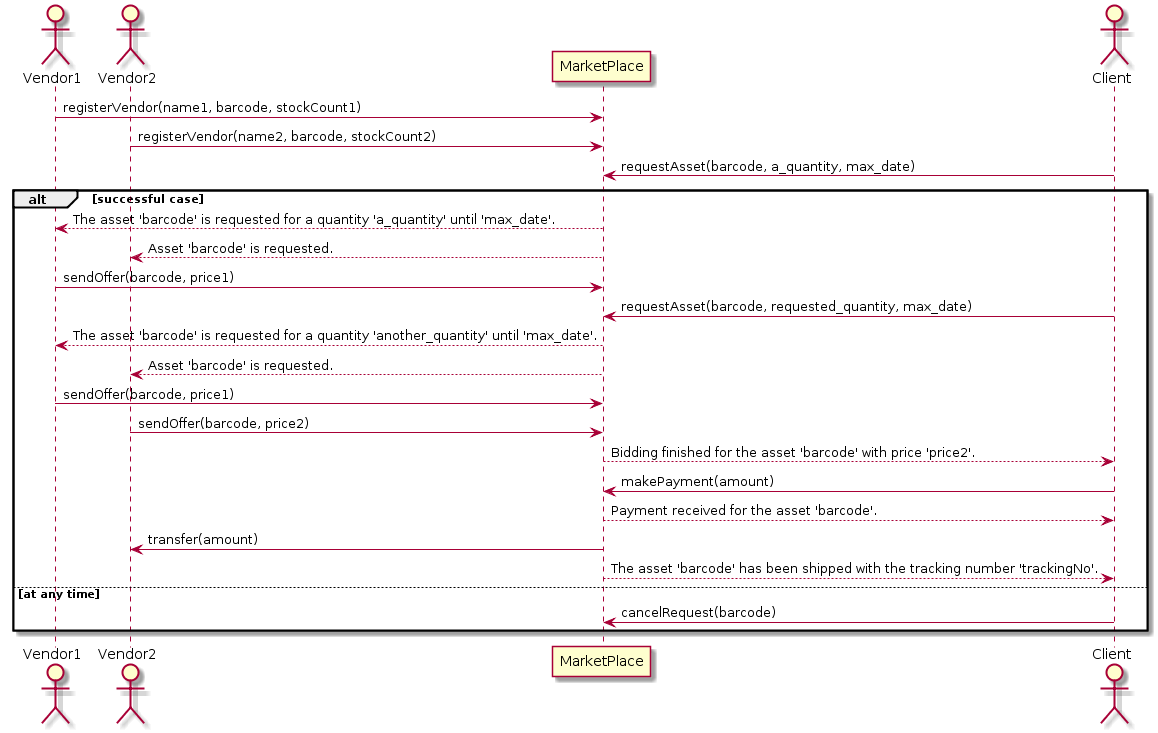
The PlantUML diagram ethereum/local-private-network/contracts/MarketPlace-v01/sequence_diagram.png in ogurcan/blockchain, before a commit. Source of this version:
```plantuml
@startuml
actor Vendor1
actor Vendor2
participant MarketPlace
actor Client

Vendor1->MarketPlace : registerVendor(name1, barcode, stockCount1)
Vendor2->MarketPlace : registerVendor(name2, barcode, stockCount2)
Client->MarketPlace : requestAsset(barcode, a_quantity, max_date)

alt successful case
   MarketPlace-->Vendor1 : The asset 'barcode' is requested for a quantity 'a_quantity' until 'max_date'.
   MarketPlace-->Vendor2 : Asset 'barcode' is requested.
   Vendor1->MarketPlace : sendOffer(barcode, price1)
   Client->MarketPlace : requestAsset(barcode, requested_quantity, max_date)
   MarketPlace-->Vendor1 : The asset 'barcode' is requested for a quantity 'another_quantity' until 'max_date'.
   MarketPlace-->Vendor2 : Asset 'barcode' is requested.
   Vendor1->MarketPlace : sendOffer(barcode, price1)
   Vendor2->MarketPlace : sendOffer(barcode, price2)
   MarketPlace-->Client : Bidding finished for the asset 'barcode' with price 'price2'.
   Client->MarketPlace : makePayment(amount)
   MarketPlace-->Client : Payment received for the asset 'barcode'.
   MarketPlace-> Vendor2: transfer(amount)
   MarketPlace-->Client : The asset 'barcode' has been shipped with the tracking number 'trackingNo'.
else at any time
   Client->MarketPlace : cancelRequest(barcode)
end
@enduml
```
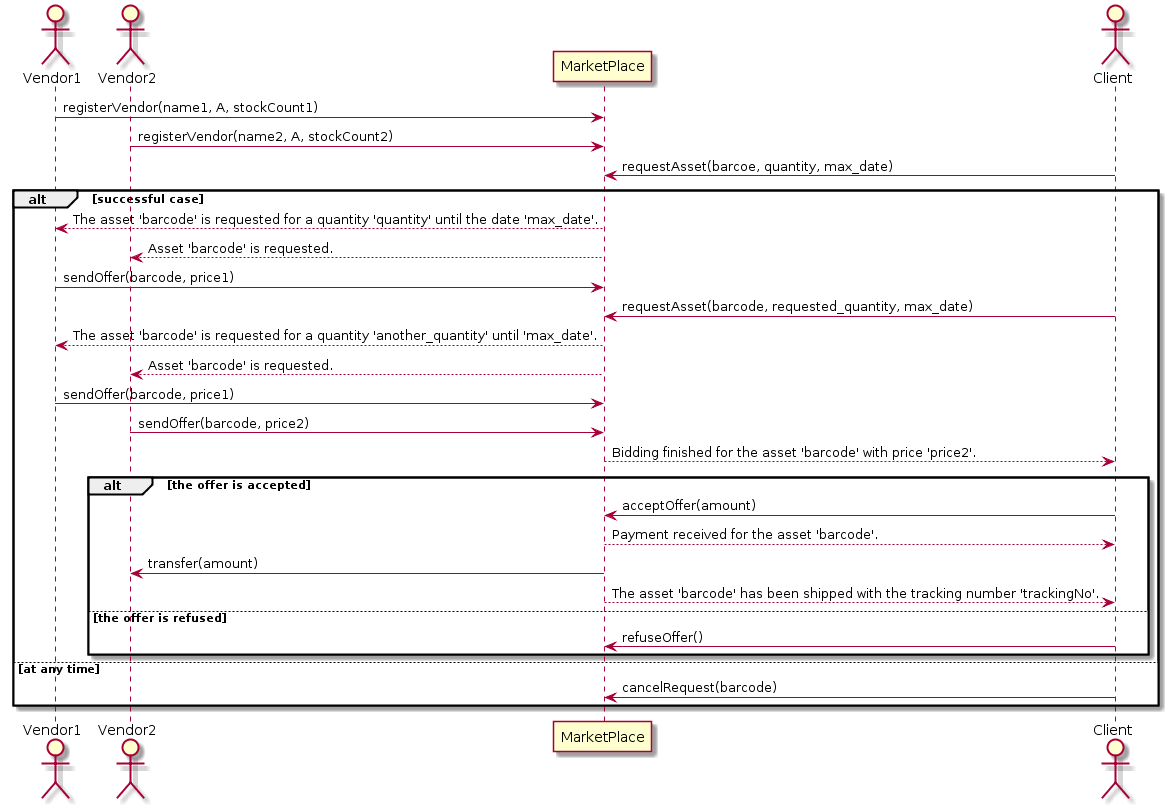
After the change.

What changed in the source:
```diff
@@ -4,12 +4,12 @@
 participant MarketPlace
 actor Client
 
-Vendor1->MarketPlace : registerVendor(name1, barcode, stockCount1)
-Vendor2->MarketPlace : registerVendor(name2, barcode, stockCount2)
-Client->MarketPlace : requestAsset(barcode, a_quantity, max_date)
+Vendor1->MarketPlace : registerVendor(name1, A, stockCount1)
+Vendor2->MarketPlace : registerVendor(name2, A, stockCount2)
+Client->MarketPlace : requestAsset(barcoe, quantity, max_date)
 
 alt successful case
-   MarketPlace-->Vendor1 : The asset 'barcode' is requested for a quantity 'a_quantity' until 'max_date'.
+   MarketPlace-->Vendor1 : The asset 'barcode' is requested for a quantity 'quantity' until the date 'max_date'.
    MarketPlace-->Vendor2 : Asset 'barcode' is requested.
    Vendor1->MarketPlace : sendOffer(barcode, price1)
    Client->MarketPlace : requestAsset(barcode, requested_quantity, max_date)
@@ -18,10 +18,14 @@
    Vendor1->MarketPlace : sendOffer(barcode, price1)
    Vendor2->MarketPlace : sendOffer(barcode, price2)
    MarketPlace-->Client : Bidding finished for the asset 'barcode' with price 'price2'.
-   Client->MarketPlace : makePayment(amount)
-   MarketPlace-->Client : Payment received for the asset 'barcode'.
-   MarketPlace-> Vendor2: transfer(amount)
-   MarketPlace-->Client : The asset 'barcode' has been shipped with the tracking number 'trackingNo'.
+   alt the offer is accepted
+      Client->MarketPlace : acceptOffer(amount)
+      MarketPlace-->Client : Payment received for the asset 'barcode'.
+      MarketPlace-> Vendor2: transfer(amount)
+      MarketPlace-->Client : The asset 'barcode' has been shipped with the tracking number 'trackingNo'.
+   else the offer is refused
+      Client->MarketPlace : refuseOffer()
+   end
 else at any time
    Client->MarketPlace : cancelRequest(barcode)
 end
```
